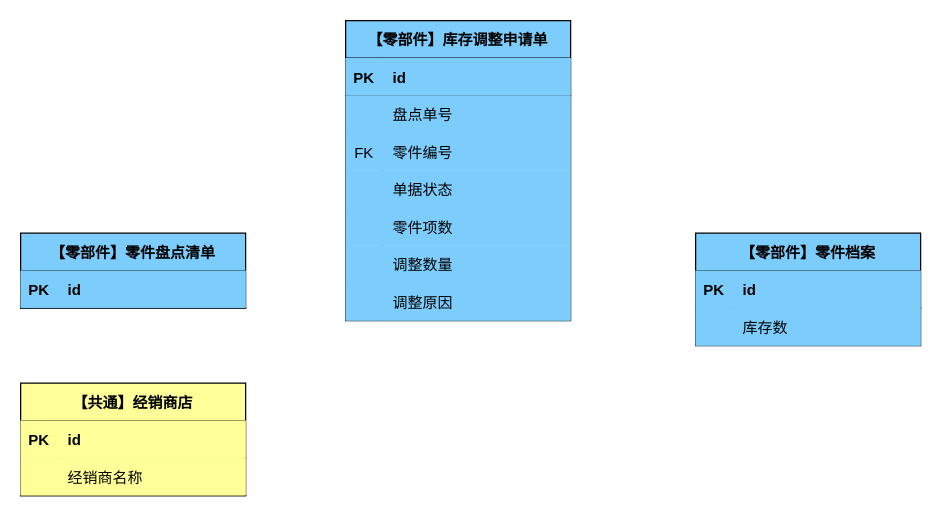
1132489442/gitRepository1 keeps this draw.io diagram as page "聚合根" (4 of 4) of 库存调整申请单.drawio. Above is the earlier version. Source tidied: cells renumbered, new cells numbered last; positions are measured from the earlier drawing's top-left corner, leaving out a move shared by most shapes. Both pictures are drawn from the tidied source at 125%, with x=0, y=0 at pixel (20, 20).
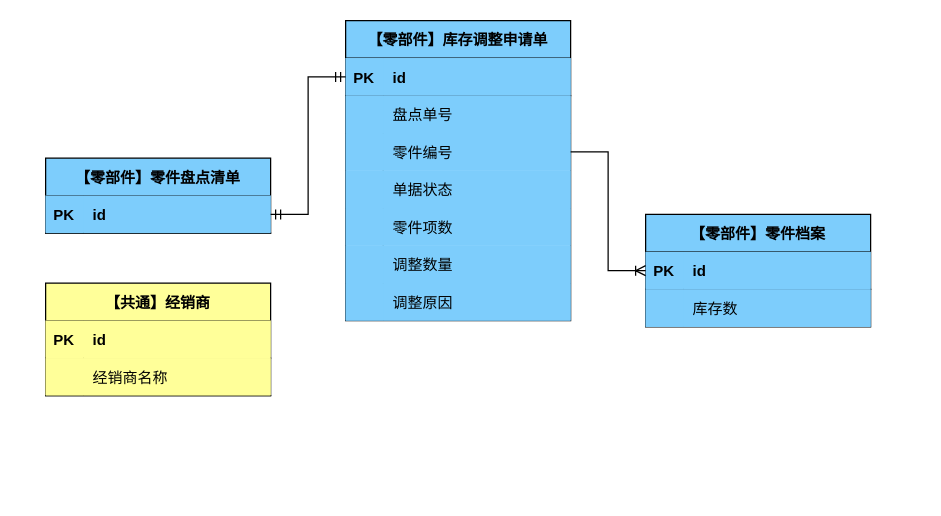
Above is the later version.

Unchanged cells that the change refers to:
```xml
<mxCell id="3" style="shape=tableRow;horizontal=0;startSize=0;swimlaneHead=0;swimlaneBody=0;fillColor=#7DCDFC;points=[[0,0.5],[1,0.5]];portConstraint=eastwest;top=0;left=0;right=0;bottom=1;" parent="2" vertex="1">
  <mxGeometry y="30" width="180" height="30" as="geometry" />
</mxCell>
<mxCell id="9" style="shape=tableRow;horizontal=0;startSize=0;swimlaneHead=0;swimlaneBody=0;fillColor=#7DCDFC;points=[[0,0.5],[1,0.5]];portConstraint=eastwest;top=0;left=0;right=0;bottom=0;" parent="2" vertex="1">
  <mxGeometry y="90" width="180" height="30" as="geometry" />
</mxCell>
<mxCell id="25" style="shape=tableRow;horizontal=0;startSize=0;swimlaneHead=0;swimlaneBody=0;fillColor=#7DCDFC;points=[[0,0.5],[1,0.5]];portConstraint=eastwest;top=0;left=0;right=0;bottom=1;" parent="24" vertex="1">
  <mxGeometry y="30" width="180" height="30" as="geometry" />
</mxCell>
<mxCell id="32" style="shape=tableRow;horizontal=0;startSize=0;swimlaneHead=0;swimlaneBody=0;fillColor=#7DCDFC;points=[[0,0.5],[1,0.5]];portConstraint=eastwest;top=0;left=0;right=0;bottom=1;" parent="31" vertex="1">
  <mxGeometry y="30" width="180" height="30" as="geometry" />
</mxCell>
```

The edit, as a diff of the source:
```diff
@@
-    <mxCell id="10" value="FK" style="shape=partialRectangle;fillColor=#7DCDFC;top=0;left=0;bottom=0;right=0;overflow=hidden;" parent="9" vertex="1">
+    <mxCell id="10" style="shape=partialRectangle;fillColor=#7DCDFC;top=0;left=0;bottom=0;right=0;overflow=hidden;" parent="9" vertex="1">
       <mxGeometry width="30" height="30" as="geometry" />
     </mxCell>
@@
     <mxCell id="24" value="【零部件】零件档案" style="shape=table;startSize=30;childLayout=tableLayout;rowLines=0;fontStyle=1;align=center;fillColor=#7DCDFC;" parent="1" vertex="1">
-      <mxGeometry x="540" y="170" width="180" height="90" as="geometry" />
+      <mxGeometry x="500" y="155" width="180" height="90" as="geometry" />
     </mxCell>
@@
     <mxCell id="31" value="【零部件】零件盘点清单" style="shape=table;startSize=30;childLayout=tableLayout;rowLines=0;fontStyle=1;align=center;fillColor=#7DCDFC;" parent="1" vertex="1">
-      <mxGeometry y="170" width="180" height="60" as="geometry" />
+      <mxGeometry x="20" y="110" width="180" height="60" as="geometry" />
     </mxCell>
@@
-    <mxCell id="35" value="【共通】经销商店" style="shape=table;startSize=30;childLayout=tableLayout;rowLines=0;fontStyle=1;align=center;fillColor=#FFFF99;" parent="1" vertex="1">
-      <mxGeometry y="290" width="180" height="90" as="geometry" />
+    <mxCell id="35" value="【共通】经销商" style="shape=table;startSize=30;childLayout=tableLayout;rowLines=0;fontStyle=1;align=center;fillColor=#FFFF99;" parent="1" vertex="1">
+      <mxGeometry x="20" y="210" width="180" height="90" as="geometry" />
     </mxCell>
@@
+    <mxCell id="42" style="edgeStyle=entityRelationEdgeStyle;fontSize=12;html=1;endArrow=ERmandOne;startArrow=ERmandOne;rounded=0;exitX=1;exitY=0.5;exitDx=0;exitDy=0;entryX=0;entryY=0.5;entryDx=0;entryDy=0;" parent="1" edge="1" source="32" target="3">
+      <mxGeometry relative="1" as="geometry" />
+    </mxCell>
+    <mxCell id="43" style="edgeStyle=entityRelationEdgeStyle;fontSize=12;html=1;endArrow=ERoneToMany;rounded=0;entryX=0;entryY=0.5;entryDx=0;entryDy=0;" parent="1" edge="1" source="9" target="25">
+      <mxGeometry relative="1" as="geometry" />
+    </mxCell>
```
